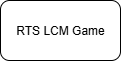
Above: documents/CFD.png in Henry-Frodsham/RTS-LCM-Game (draw.io), before the change. Source tidied: cells renumbered, new cells last; positions are measured from the earlier drawing's top-left corner, leaving out a move shared by most shapes.
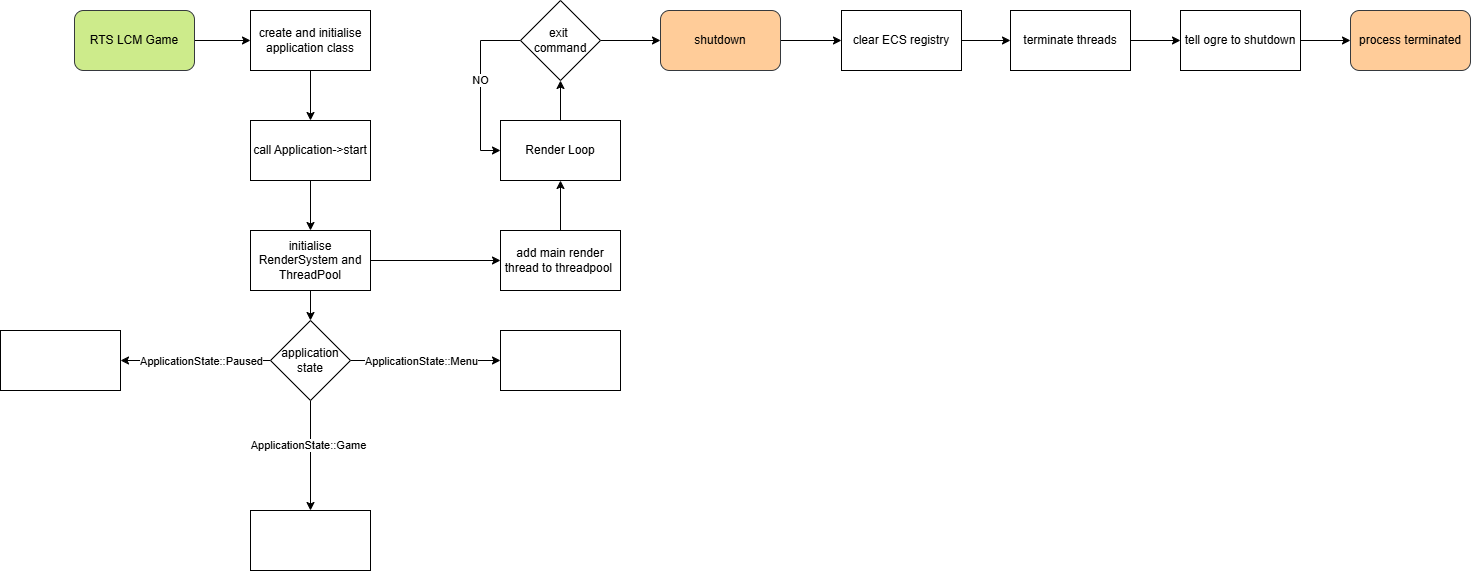
Above is the later version.

Commit message:
CFD start, passing viewport tests

What changed in the source:
```diff
@@ -2,8 +2,128 @@
   <root>
     <mxCell id="0" />
     <mxCell id="1" parent="0" />
+    <mxCell id="3" style="edgeStyle=orthogonalEdgeStyle;rounded=0;jettySize=auto;html=1;" parent="1" edge="1" source="2" target="5">
+      <mxGeometry relative="1" as="geometry" />
+    </mxCell>
-    <mxCell id="2" value="RTS LCM Game" style="rounded=1;whiteSpace=wrap;html=1;" parent="1" vertex="1">
+    <mxCell id="2" value="RTS LCM Game" style="rounded=1;whiteSpace=wrap;html=1;fillColor=#cdeb8b;strokeColor=#36393d;" parent="1" vertex="1">
       <mxGeometry width="120" height="60" as="geometry" />
     </mxCell>
+    <mxCell id="4" style="edgeStyle=orthogonalEdgeStyle;rounded=0;jettySize=auto;html=1;" parent="1" edge="1" source="5" target="7">
+      <mxGeometry relative="1" as="geometry" />
+    </mxCell>
+    <mxCell id="5" value="create and initialise application class" style="rounded=0;whiteSpace=wrap;html=1;" parent="1" vertex="1">
+      <mxGeometry x="176" width="120" height="60" as="geometry" />
+    </mxCell>
+    <mxCell id="6" style="edgeStyle=orthogonalEdgeStyle;rounded=0;jettySize=auto;html=1;entryX=0.5;entryY=0;entryDx=0;entryDy=0;" parent="1" edge="1" source="7" target="20">
+      <mxGeometry relative="1" as="geometry" />
+    </mxCell>
+    <mxCell id="7" value="call Application-&amp;gt;start" style="rounded=0;whiteSpace=wrap;html=1;" parent="1" vertex="1">
+      <mxGeometry x="176" y="110" width="120" height="60" as="geometry" />
+    </mxCell>
+    <mxCell id="8" style="edgeStyle=orthogonalEdgeStyle;rounded=0;jettySize=auto;html=1;" parent="1" edge="1" source="14">
+      <mxGeometry relative="1" as="geometry">
+        <mxPoint x="46" y="350" as="targetPoint" />
+      </mxGeometry>
+    </mxCell>
+    <mxCell id="9" value="ApplicationState::Paused" style="edgeLabel;html=1;align=center;verticalAlign=middle;" parent="8" vertex="1">
+      <mxGeometry x="0.12" y="-3" relative="1" as="geometry">
+        <mxPoint x="14" y="3" as="offset" />
+      </mxGeometry>
+    </mxCell>
+    <mxCell id="10" style="edgeStyle=orthogonalEdgeStyle;rounded=0;jettySize=auto;html=1;" parent="1" edge="1" source="14" target="16">
+      <mxGeometry relative="1" as="geometry" />
+    </mxCell>
+    <mxCell id="11" value="ApplicationState::Game" style="edgeLabel;html=1;align=center;verticalAlign=middle;" parent="10" vertex="1">
+      <mxGeometry x="-0.2" y="-3" relative="1" as="geometry" />
+    </mxCell>
+    <mxCell id="12" style="edgeStyle=orthogonalEdgeStyle;rounded=0;jettySize=auto;html=1;" parent="1" edge="1" source="14" target="17">
+      <mxGeometry relative="1" as="geometry" />
+    </mxCell>
+    <mxCell id="13" value="ApplicationState::Menu" style="edgeLabel;html=1;align=center;verticalAlign=middle;" parent="12" vertex="1">
+      <mxGeometry x="-0.35" relative="1" as="geometry">
+        <mxPoint x="21" as="offset" />
+      </mxGeometry>
+    </mxCell>
+    <mxCell id="14" value="application state" style="rhombus;whiteSpace=wrap;html=1;" parent="1" vertex="1">
+      <mxGeometry x="196" y="310" width="80" height="80" as="geometry" />
+    </mxCell>
+    <mxCell id="15" style="rounded=0;whiteSpace=wrap;html=1;" parent="1" vertex="1">
+      <mxGeometry x="-74" y="320" width="120" height="60" as="geometry" />
+    </mxCell>
+    <mxCell id="16" style="rounded=0;whiteSpace=wrap;html=1;" parent="1" vertex="1">
+      <mxGeometry x="176" y="500" width="120" height="60" as="geometry" />
+    </mxCell>
+    <mxCell id="17" style="rounded=0;whiteSpace=wrap;html=1;" parent="1" vertex="1">
+      <mxGeometry x="426" y="320" width="120" height="60" as="geometry" />
+    </mxCell>
+    <mxCell id="18" style="edgeStyle=orthogonalEdgeStyle;rounded=0;jettySize=auto;html=1;" parent="1" edge="1" source="20" target="14">
+      <mxGeometry relative="1" as="geometry" />
+    </mxCell>
+    <mxCell id="19" style="edgeStyle=orthogonalEdgeStyle;rounded=0;jettySize=auto;html=1;" parent="1" edge="1" source="20" target="22">
+      <mxGeometry relative="1" as="geometry" />
+    </mxCell>
+    <mxCell id="20" value="initialise RenderSystem and ThreadPool" style="rounded=0;whiteSpace=wrap;html=1;" parent="1" vertex="1">
+      <mxGeometry x="176" y="220" width="120" height="60" as="geometry" />
+    </mxCell>
+    <mxCell id="21" style="edgeStyle=orthogonalEdgeStyle;rounded=0;jettySize=auto;html=1;entryX=0.5;entryY=1;entryDx=0;entryDy=0;" parent="1" edge="1" source="22" target="24">
+      <mxGeometry relative="1" as="geometry" />
+    </mxCell>
+    <mxCell id="22" value="add main render thread to threadpool&amp;nbsp;" style="rounded=0;whiteSpace=wrap;html=1;" parent="1" vertex="1">
+      <mxGeometry x="426" y="220" width="120" height="60" as="geometry" />
+    </mxCell>
+    <mxCell id="23" style="edgeStyle=orthogonalEdgeStyle;rounded=0;jettySize=auto;html=1;entryX=0.5;entryY=1;entryDx=0;entryDy=0;" parent="1" edge="1" source="24" target="28">
+      <mxGeometry relative="1" as="geometry" />
+    </mxCell>
+    <mxCell id="24" value="Render Loop" style="rounded=0;whiteSpace=wrap;html=1;" parent="1" vertex="1">
+      <mxGeometry x="426" y="110" width="120" height="60" as="geometry" />
+    </mxCell>
+    <mxCell id="25" style="edgeStyle=orthogonalEdgeStyle;rounded=0;jettySize=auto;html=1;entryX=0;entryY=0.5;entryDx=0;entryDy=0;" parent="1" edge="1" source="28" target="24">
+      <mxGeometry relative="1" as="geometry">
+        <Array as="points">
+          <mxPoint x="406" y="30" />
+          <mxPoint x="406" y="140" />
+        </Array>
+      </mxGeometry>
+    </mxCell>
+    <mxCell id="26" value="NO" style="edgeLabel;html=1;align=center;verticalAlign=middle;" parent="25" vertex="1">
+      <mxGeometry x="-0.07" y="-1" relative="1" as="geometry" />
+    </mxCell>
+    <mxCell id="27" style="edgeStyle=orthogonalEdgeStyle;rounded=0;jettySize=auto;html=1;" parent="1" edge="1" source="28">
+      <mxGeometry relative="1" as="geometry">
+        <mxPoint x="586" y="30" as="targetPoint" />
+      </mxGeometry>
+    </mxCell>
+    <mxCell id="28" value="exit&amp;nbsp;&lt;div&gt;command&lt;/div&gt;" style="rhombus;whiteSpace=wrap;html=1;" parent="1" vertex="1">
+      <mxGeometry x="446" y="-10" width="80" height="80" as="geometry" />
+    </mxCell>
+    <mxCell id="29" style="edgeStyle=orthogonalEdgeStyle;rounded=0;jettySize=auto;html=1;" parent="1" edge="1" target="31">
+      <mxGeometry relative="1" as="geometry">
+        <mxPoint x="706" y="30" as="sourcePoint" />
+      </mxGeometry>
+    </mxCell>
+    <mxCell id="30" style="edgeStyle=orthogonalEdgeStyle;rounded=0;jettySize=auto;html=1;entryX=0;entryY=0.5;entryDx=0;entryDy=0;" parent="1" edge="1" source="31" target="34">
+      <mxGeometry relative="1" as="geometry" />
+    </mxCell>
+    <mxCell id="31" value="clear ECS registry" style="rounded=0;whiteSpace=wrap;html=1;" parent="1" vertex="1">
+      <mxGeometry x="767" width="120" height="60" as="geometry" />
+    </mxCell>
+    <mxCell id="32" value="shutdown" style="rounded=1;whiteSpace=wrap;html=1;fillColor=#ffcc99;strokeColor=#36393d;" parent="1" vertex="1">
+      <mxGeometry x="586" width="120" height="60" as="geometry" />
+    </mxCell>
+    <mxCell id="33" style="edgeStyle=orthogonalEdgeStyle;rounded=0;jettySize=auto;html=1;" parent="1" edge="1" source="34" target="36">
+      <mxGeometry relative="1" as="geometry" />
+    </mxCell>
+    <mxCell id="34" value="terminate threads" style="rounded=0;whiteSpace=wrap;html=1;" parent="1" vertex="1">
+      <mxGeometry x="936" width="120" height="60" as="geometry" />
+    </mxCell>
+    <mxCell id="35" style="edgeStyle=orthogonalEdgeStyle;rounded=0;jettySize=auto;html=1;" parent="1" edge="1" source="36" target="37">
+      <mxGeometry relative="1" as="geometry" />
+    </mxCell>
+    <mxCell id="36" value="tell ogre to shutdown" style="rounded=0;whiteSpace=wrap;html=1;" parent="1" vertex="1">
+      <mxGeometry x="1106" width="120" height="60" as="geometry" />
+    </mxCell>
+    <mxCell id="37" value="process terminated" style="rounded=1;whiteSpace=wrap;html=1;fillColor=light-dark(#FFCC99,#5E0000);strokeColor=#36393d;" parent="1" vertex="1">
+      <mxGeometry x="1276" width="120" height="60" as="geometry" />
+    </mxCell>
   </root>
 </mxGraphModel>
```
